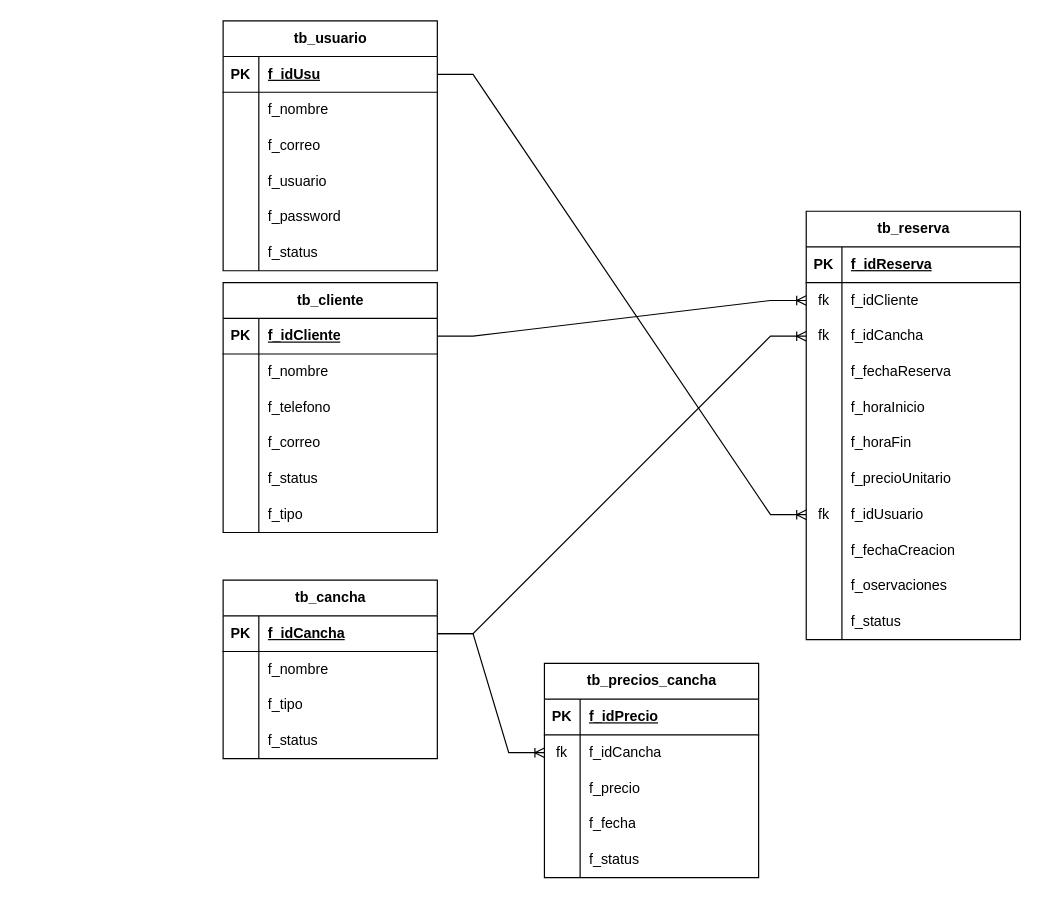
ErnestoDanielTafoyaMolinaCYM/clases-cat-cym keeps this draw.io diagram as CanchasReserva.drawio. Above is the earlier version. Source tidied: cells renumbered, new cells numbered last; positions are measured from the earlier drawing's top-left corner, leaving out a move shared by most shapes. Both pictures are drawn from the tidied source at 119%, with x=0, y=0 at pixel (223, 20).
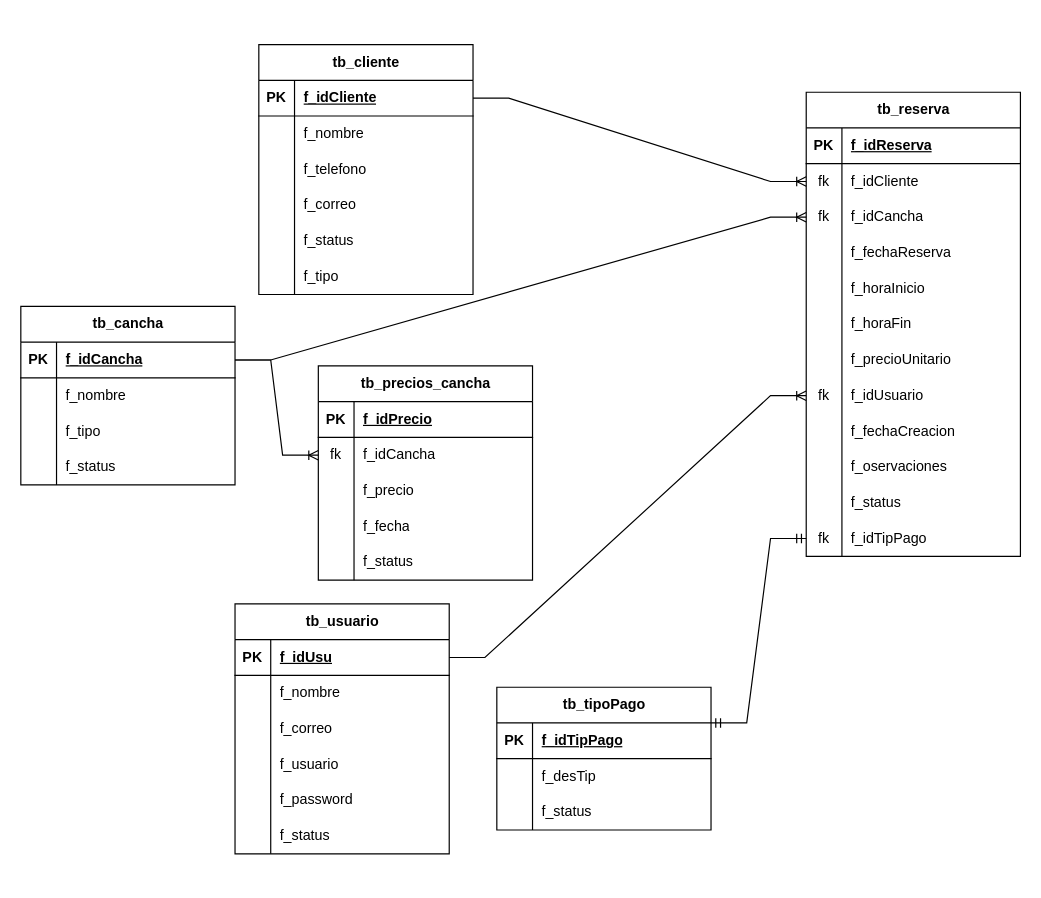
After the change.

What changed in the source:
```diff
@@
     <mxCell id="2" value="tb_usuario" style="shape=table;startSize=30;childLayout=tableLayout;rowLines=0;fontStyle=1;align=center;html=1;" parent="1" vertex="1">
-      <mxGeometry width="180" height="210" as="geometry" />
+      <mxGeometry x="10" y="490" width="180" height="210" as="geometry" />
     </mxCell>
@@
     <mxCell id="21" value="tb_cliente" style="shape=table;startSize=30;childLayout=tableLayout;rowLines=0;fontStyle=1;align=center;html=1;" parent="1" vertex="1">
-      <mxGeometry y="220" width="180" height="210" as="geometry" />
+      <mxGeometry x="30" y="20" width="180" height="210" as="geometry" />
     </mxCell>
@@
     <mxCell id="40" value="tb_cancha" style="shape=table;startSize=30;childLayout=tableLayout;rowLines=0;fontStyle=1;align=center;html=1;" parent="1" vertex="1">
-      <mxGeometry y="470" width="180" height="150" as="geometry" />
+      <mxGeometry x="-170" y="240" width="180" height="150" as="geometry" />
     </mxCell>
@@
     <mxCell id="53" value="tb_precios_cancha" style="shape=table;startSize=30;childLayout=tableLayout;rowLines=0;fontStyle=1;align=center;html=1;" parent="1" vertex="1">
-      <mxGeometry x="270" y="540" width="180" height="180" as="geometry" />
+      <mxGeometry x="80" y="290" width="180" height="180" as="geometry" />
     </mxCell>
@@
     <mxCell id="69" value="tb_reserva" style="shape=table;startSize=30;childLayout=tableLayout;rowLines=0;fontStyle=1;align=center;html=1;" parent="1" vertex="1">
-      <mxGeometry x="490" y="160" width="180" height="360" as="geometry" />
+      <mxGeometry x="490" y="60" width="180" height="390" as="geometry" />
     </mxCell>
@@
+    <mxCell id="107" style="shape=tableRow;horizontal=0;startSize=0;swimlaneHead=0;swimlaneBody=0;fillColor=none;points=[[0,0.5],[1,0.5]];portConstraint=eastwest;top=0;left=0;right=0;bottom=0;" parent="69" vertex="1">
+      <mxGeometry y="360" width="180" height="30" as="geometry" />
+    </mxCell>
+    <mxCell id="108" value="fk" style="shape=partialRectangle;fillColor=none;top=0;left=0;bottom=0;right=0;overflow=hidden;whiteSpace=wrap;html=1;" parent="107" vertex="1">
+      <mxGeometry width="30" height="30" as="geometry" />
+    </mxCell>
+    <mxCell id="109" value="f_idTipPago" style="shape=partialRectangle;fillColor=none;top=0;left=0;bottom=0;right=0;align=left;spacingLeft=6;overflow=hidden;whiteSpace=wrap;html=1;" parent="107" vertex="1">
+      <mxGeometry x="30" width="150" height="30" as="geometry" />
+    </mxCell>
@@
+    <mxCell id="110" value="tb_tipoPago" style="shape=table;startSize=30;childLayout=tableLayout;rowLines=0;fontStyle=1;align=center;html=1;" parent="1" vertex="1">
+      <mxGeometry x="230" y="560" width="180" height="120" as="geometry" />
+    </mxCell>
+    <mxCell id="111" style="shape=tableRow;horizontal=0;startSize=0;swimlaneHead=0;swimlaneBody=0;fillColor=none;top=0;left=0;right=0;bottom=1;" parent="110" vertex="1">
+      <mxGeometry y="30" width="180" height="30" as="geometry" />
+    </mxCell>
+    <mxCell id="112" value="PK" style="shape=partialRectangle;fillColor=none;top=0;left=0;bottom=0;right=0;fontStyle=1;overflow=hidden;whiteSpace=wrap;html=1;" parent="111" vertex="1">
+      <mxGeometry width="30" height="30" as="geometry" />
+    </mxCell>
+    <mxCell id="113" value="f_idTipPago" style="shape=partialRectangle;fillColor=none;top=0;left=0;bottom=0;right=0;align=left;spacingLeft=6;fontStyle=5;overflow=hidden;whiteSpace=wrap;html=1;" parent="111" vertex="1">
+      <mxGeometry x="30" width="150" height="30" as="geometry" />
+    </mxCell>
+    <mxCell id="114" style="shape=tableRow;horizontal=0;startSize=0;swimlaneHead=0;swimlaneBody=0;fillColor=none;top=0;left=0;right=0;bottom=0;" parent="110" vertex="1">
+      <mxGeometry y="60" width="180" height="30" as="geometry" />
+    </mxCell>
+    <mxCell id="115" style="shape=partialRectangle;fillColor=none;top=0;left=0;bottom=0;right=0;overflow=hidden;whiteSpace=wrap;html=1;" parent="114" vertex="1">
+      <mxGeometry width="30" height="30" as="geometry" />
+    </mxCell>
+    <mxCell id="116" value="f_desTip" style="shape=partialRectangle;fillColor=none;top=0;left=0;bottom=0;right=0;align=left;spacingLeft=6;overflow=hidden;whiteSpace=wrap;html=1;" parent="114" vertex="1">
+      <mxGeometry x="30" width="150" height="30" as="geometry" />
+    </mxCell>
+    <mxCell id="117" style="shape=tableRow;horizontal=0;startSize=0;swimlaneHead=0;swimlaneBody=0;fillColor=none;top=0;left=0;right=0;bottom=0;" parent="110" vertex="1">
+      <mxGeometry y="90" width="180" height="30" as="geometry" />
+    </mxCell>
+    <mxCell id="118" style="shape=partialRectangle;fillColor=none;top=0;left=0;bottom=0;right=0;overflow=hidden;whiteSpace=wrap;html=1;" parent="117" vertex="1">
+      <mxGeometry width="30" height="30" as="geometry" />
+    </mxCell>
+    <mxCell id="119" value="f_status" style="shape=partialRectangle;fillColor=none;top=0;left=0;bottom=0;right=0;align=left;spacingLeft=6;overflow=hidden;whiteSpace=wrap;html=1;" parent="117" vertex="1">
+      <mxGeometry x="30" width="150" height="30" as="geometry" />
+    </mxCell>
+    <mxCell id="120" style="edgeStyle=entityRelationEdgeStyle;fontSize=12;html=1;endArrow=ERmandOne;startArrow=ERmandOne;rounded=0;entryX=0;entryY=0.5;entryDx=0;entryDy=0;exitX=1;exitY=0.25;exitDx=0;exitDy=0;" parent="1" edge="1" source="110" target="107">
+      <mxGeometry relative="1" as="geometry" />
+    </mxCell>
```
